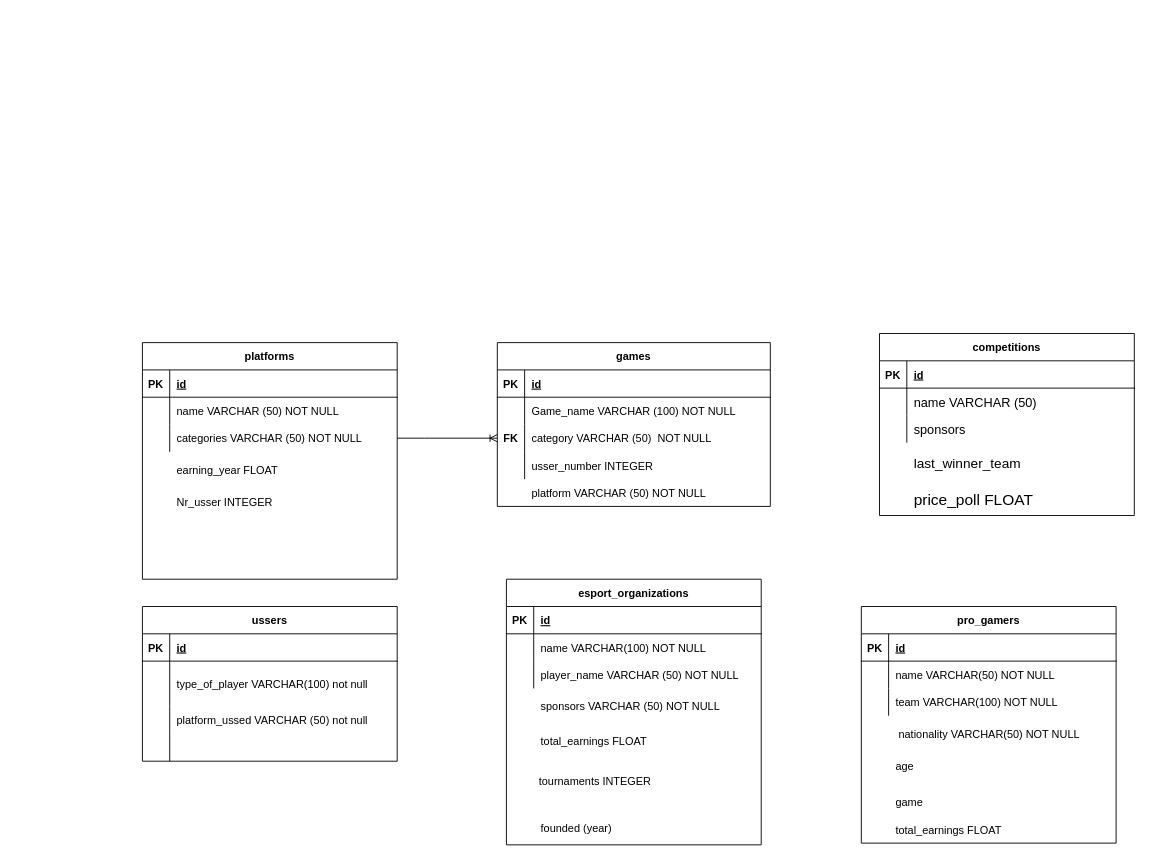
Before: Diagramă fără titlu.drawio in MaticA26/amatica_db_project, a draw.io diagram. Source tidied: cells renumbered, new cells numbered last; positions are measured from the earlier drawing's top-left corner, leaving out a move shared by most shapes. Both pictures are drawn from the tidied source at 91%, with x=0, y=0 at pixel (142, 333).
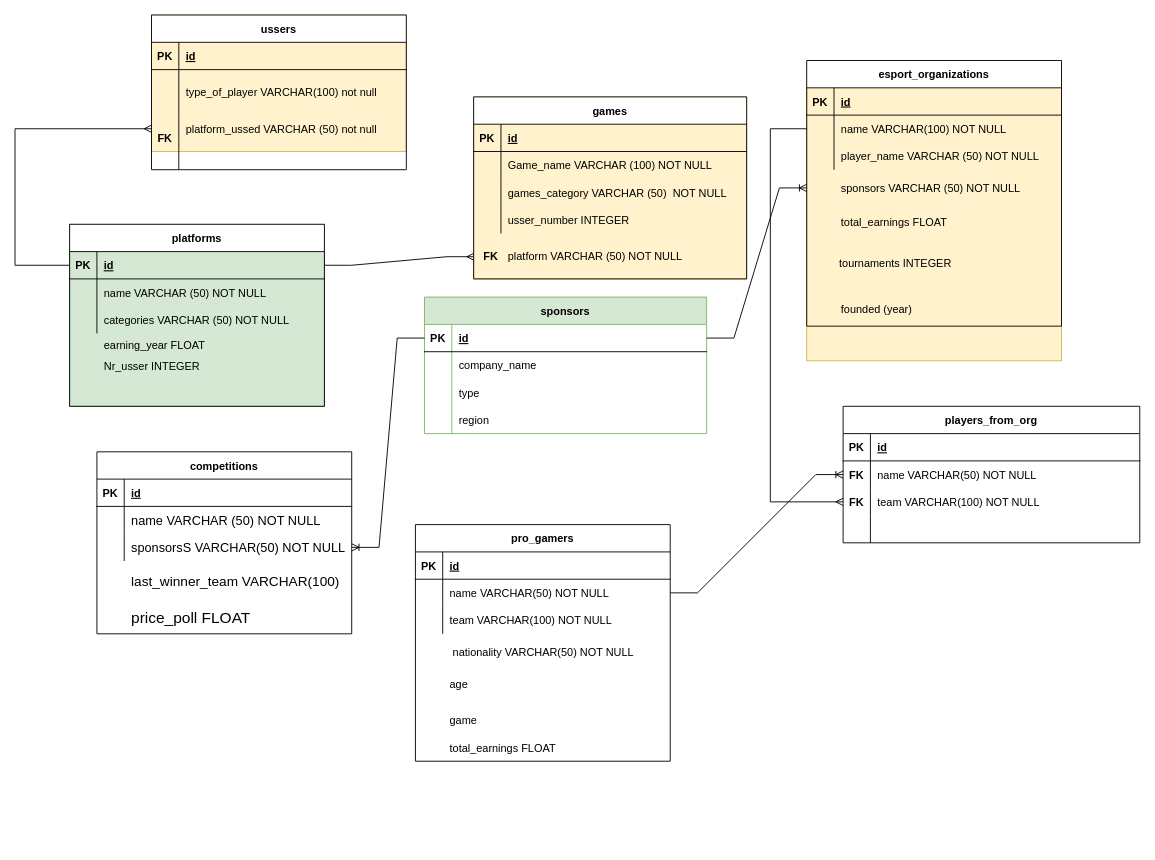
The same diagram, later.

Unchanged cells that the change refers to:
```xml
<mxCell id="6" style="shape=tableRow;horizontal=0;startSize=0;swimlaneHead=0;swimlaneBody=0;fillColor=none;points=[[0,0.5],[1,0.5]];portConstraint=eastwest;top=0;left=0;right=0;bottom=1;" parent="5" vertex="1">
  <mxGeometry y="30" width="280" height="30" as="geometry" />
</mxCell>
<mxCell id="12" style="shape=tableRow;horizontal=0;startSize=0;swimlaneHead=0;swimlaneBody=0;fillColor=none;points=[[0,0.5],[1,0.5]];portConstraint=eastwest;top=0;left=0;right=0;bottom=0;" parent="5" vertex="1">
  <mxGeometry y="90" width="280" height="30" as="geometry" />
</mxCell>
<mxCell id="25" style="shape=tableRow;horizontal=0;startSize=0;swimlaneHead=0;swimlaneBody=0;fillColor=none;points=[[0,0.5],[1,0.5]];portConstraint=eastwest;top=0;left=0;right=0;bottom=0;" parent="18" vertex="1">
  <mxGeometry y="110" width="280" height="30" as="geometry" />
</mxCell>
<mxCell id="36" style="shape=tableRow;horizontal=0;startSize=0;swimlaneHead=0;swimlaneBody=0;fillColor=none;top=0;left=0;right=0;bottom=0;" parent="32" vertex="1">
  <mxGeometry y="60" width="280" height="30" as="geometry" />
</mxCell>
<mxCell id="39" style="shape=tableRow;horizontal=0;startSize=0;swimlaneHead=0;swimlaneBody=0;fillColor=none;points=[[0,0.5],[1,0.5]];portConstraint=eastwest;top=0;left=0;right=0;bottom=0;" parent="32" vertex="1">
  <mxGeometry y="90" width="280" height="30" as="geometry" />
</mxCell>
<mxCell id="49" style="shape=tableRow;horizontal=0;startSize=0;swimlaneHead=0;swimlaneBody=0;fillColor=none;points=[[0,0.5],[1,0.5]];portConstraint=eastwest;top=0;left=0;right=0;bottom=0;" parent="45" vertex="1">
  <mxGeometry y="60" width="280" height="30" as="geometry" />
</mxCell>
<mxCell id="64" style="shape=tableRow;horizontal=0;startSize=0;swimlaneHead=0;swimlaneBody=0;fillColor=none;points=[[0,0.5],[1,0.5]];portConstraint=eastwest;top=0;left=0;right=0;bottom=0;" parent="60" vertex="1">
  <mxGeometry y="60" width="280" height="30" as="geometry" />
</mxCell>
<mxCell id="81" style="shape=tableRow;horizontal=0;startSize=0;swimlaneHead=0;swimlaneBody=0;fillColor=none;points=[[0,0.5],[1,0.5]];portConstraint=eastwest;top=0;left=0;right=0;bottom=0;" parent="74" vertex="1">
  <mxGeometry y="90" width="300" height="30" as="geometry" />
</mxCell>
```

The edit, as a diff of the source:
```diff
@@
-    <mxCell id="4" style="group;" parent="1" vertex="1">
-      <mxGeometry y="10" width="280" height="260" as="geometry" />
+    <mxCell id="4" style="group;fillColor=#d5e8d4;strokeColor=#82b366;" parent="1" vertex="1">
+      <mxGeometry x="-80" y="-120" width="280" height="200" as="geometry" />
     </mxCell>
     <mxCell id="5" value="platforms" style="shape=table;startSize=30;childLayout=tableLayout;rowLines=0;fontStyle=1;align=center;" parent="4" vertex="1">
-      <mxGeometry width="280" height="260" as="geometry" />
+      <mxGeometry width="280" height="200" as="geometry" />
     </mxCell>
@@
     <mxCell id="15" value="earning_year FLOAT " style="shape=partialRectangle;fillColor=none;top=0;left=0;bottom=0;right=0;align=left;spacingLeft=6;overflow=hidden;" parent="4" vertex="1">
-      <mxGeometry x="30" y="125" width="250" height="30" as="geometry" />
+      <mxGeometry x="30" y="120.9" width="250" height="23.1" as="geometry" />
     </mxCell>
     <mxCell id="16" value="Nr_usser INTEGER" style="shape=partialRectangle;fillColor=none;top=0;left=0;bottom=0;right=0;align=left;spacingLeft=6;overflow=hidden;" parent="4" vertex="1">
-      <mxGeometry x="30" y="160" width="250" height="30" as="geometry" />
+      <mxGeometry x="30" y="144" width="250" height="23.1" as="geometry" />
     </mxCell>
-    <mxCell id="17" style="group;" parent="1" vertex="1">
-      <mxGeometry y="300" width="280" height="150" as="geometry" />
+    <mxCell id="17" style="group;fillColor=#fff2cc;strokeColor=#d6b656;" parent="1" vertex="1">
+      <mxGeometry x="10" y="-350" width="280" height="150" as="geometry" />
     </mxCell>
@@
+    <mxCell id="90" value="FK" style="shape=partialRectangle;fillColor=none;top=0;left=0;bottom=0;right=0;fontStyle=1;overflow=hidden;" parent="17" vertex="1">
+      <mxGeometry y="120" width="30" height="30" as="geometry" />
+    </mxCell>
     <mxCell id="31" value="&#10;&#10;" style="group;" parent="1" vertex="1">
-      <mxGeometry x="810" width="280" height="200" as="geometry" />
+      <mxGeometry x="-50" y="130" width="280" height="200" as="geometry" />
     </mxCell>
@@
-    <mxCell id="38" value="name VARCHAR (50)" style="shape=partialRectangle;fillColor=none;top=0;left=0;bottom=0;right=0;align=left;spacingLeft=6;overflow=hidden;fontSize=14;" parent="36" vertex="1">
+    <mxCell id="38" value="name VARCHAR (50) NOT NULL" style="shape=partialRectangle;fillColor=none;top=0;left=0;bottom=0;right=0;align=left;spacingLeft=6;overflow=hidden;fontSize=14;" parent="36" vertex="1">
       <mxGeometry x="30" width="250" height="30" as="geometry" />
     </mxCell>
@@
-    <mxCell id="41" value="sponsors " style="shape=partialRectangle;fillColor=none;top=0;left=0;bottom=0;right=0;align=left;spacingLeft=6;overflow=hidden;fontSize=14;" parent="39" vertex="1">
+    <mxCell id="41" value="sponsorsS VARCHAR(50) NOT NULL" style="shape=partialRectangle;fillColor=none;top=0;left=0;bottom=0;right=0;align=left;spacingLeft=6;overflow=hidden;fontSize=14;" parent="39" vertex="1">
       <mxGeometry x="30" width="250" height="30" as="geometry" />
     </mxCell>
-    <mxCell id="42" value="last_winner_team" style="shape=partialRectangle;fillColor=none;top=0;left=0;bottom=0;right=0;align=left;spacingLeft=6;overflow=hidden;fontSize=15;" parent="31" vertex="1">
+    <mxCell id="42" value="last_winner_team VARCHAR(100)" style="shape=partialRectangle;fillColor=none;top=0;left=0;bottom=0;right=0;align=left;spacingLeft=6;overflow=hidden;fontSize=15;" parent="31" vertex="1">
       <mxGeometry x="30" y="130" width="250" height="23.1" as="geometry" />
     </mxCell>
@@
-    <mxCell id="44" style="group;" parent="1" vertex="1">
-      <mxGeometry x="400" y="270" width="280" height="330" as="geometry" />
+    <mxCell id="44" style="group;fillColor=#fff2cc;strokeColor=#d6b656;" parent="1" vertex="1">
+      <mxGeometry x="730" y="-300" width="280" height="330" as="geometry" />
     </mxCell>
@@
     <mxCell id="59" style="group;" parent="1" vertex="1">
-      <mxGeometry x="790" y="300" width="280" height="260" as="geometry" />
+      <mxGeometry x="300" y="210" width="280" height="260" as="geometry" />
     </mxCell>
@@
+    <mxCell id="91" style="edgeStyle=entityRelationEdgeStyle;fontSize=12;html=1;endArrow=ERmany;rounded=0;entryX=0.002;entryY=0.878;entryDx=0;entryDy=0;entryPerimeter=0;" parent="1" edge="1" source="6" target="92">
+      <mxGeometry relative="1" as="geometry" />
+    </mxCell>
+    <mxCell id="92" style="group;fillColor=#fff2cc;strokeColor=#d6b656;" parent="1" vertex="1">
+      <mxGeometry x="364" y="-260" width="300" height="200" as="geometry" />
+    </mxCell>
-    <mxCell id="74" value="games" style="shape=table;startSize=30;childLayout=tableLayout;rowLines=0;fontStyle=1;align=center;" parent="1" vertex="1">
-      <mxGeometry x="390" y="10" width="300" height="180" as="geometry" />
+    <mxCell id="74" value="games" style="shape=table;startSize=30;childLayout=tableLayout;rowLines=0;fontStyle=1;align=center;" parent="92" vertex="1">
+      <mxGeometry width="300" height="200" as="geometry" />
     </mxCell>
@@
-    <mxCell id="83" value="category VARCHAR (50)  NOT NULL" style="shape=partialRectangle;fillColor=none;top=0;left=0;bottom=0;right=0;align=left;spacingLeft=6;overflow=hidden;" parent="81" vertex="1">
+    <mxCell id="83" value="games_category VARCHAR (50)  NOT NULL" style="shape=partialRectangle;fillColor=none;top=0;left=0;bottom=0;right=0;align=left;spacingLeft=6;overflow=hidden;" parent="81" vertex="1">
       <mxGeometry x="30" width="270" height="30" as="geometry" />
     </mxCell>
@@
+    <mxCell id="89" value="platform VARCHAR (50) NOT NULL" style="shape=partialRectangle;fillColor=none;top=0;left=0;bottom=0;right=0;align=left;spacingLeft=6;overflow=hidden;" parent="92" vertex="1">
+      <mxGeometry x="30" y="160" width="270" height="30" as="geometry" />
+    </mxCell>
+    <mxCell id="93" style="shape=partialRectangle;fillColor=none;top=0;left=0;bottom=0;right=0;overflow=hidden;" parent="92" vertex="1">
+      <mxGeometry x="4" y="160" width="30" height="30" as="geometry" />
+    </mxCell>
-    <mxCell id="87" value="FK" style="shape=partialRectangle;fillColor=none;top=0;left=0;bottom=0;right=0;fontStyle=1;overflow=hidden;" parent="1" vertex="1">
-      <mxGeometry x="390" y="100" width="30" height="30" as="geometry" />
+    <mxCell id="87" value="FK" style="shape=partialRectangle;fillColor=none;top=0;left=0;bottom=0;right=0;fontStyle=1;overflow=hidden;" parent="92" vertex="1">
+      <mxGeometry x="4" y="160" width="30" height="30" as="geometry" />
     </mxCell>
-    <mxCell id="88" style="edgeStyle=entityRelationEdgeStyle;fontSize=12;html=1;endArrow=ERoneToMany;rounded=0;exitX=1;exitY=0.5;exitDx=0;exitDy=0;" parent="1" edge="1" source="12" target="81">
-      <mxGeometry relative="1" as="geometry" />
-    </mxCell>
-    <mxCell id="89" value="platform VARCHAR (50) NOT NULL" style="shape=partialRectangle;fillColor=none;top=0;left=0;bottom=0;right=0;align=left;spacingLeft=6;overflow=hidden;" parent="1" vertex="1">
-      <mxGeometry x="420" y="160" width="270" height="30" as="geometry" />
-    </mxCell>
+    <mxCell id="94" style="edgeStyle=elbowEdgeStyle;fontSize=12;html=1;endArrow=ERmany;rounded=0;exitX=0;exitY=0.5;exitDx=0;exitDy=0;entryX=0;entryY=0.5;entryDx=0;entryDy=0;" parent="1" edge="1" source="6" target="25">
+      <mxGeometry relative="1" as="geometry">
+        <Array as="points">
+          <mxPoint x="-140" y="-190" />
+        </Array>
+      </mxGeometry>
+    </mxCell>
+    <mxCell id="95" value="players_from_org" style="shape=table;startSize=30;childLayout=tableLayout;rowLines=0;fontStyle=1;align=center;" parent="1" vertex="1">
+      <mxGeometry x="770" y="80" width="326" height="150" as="geometry" />
+    </mxCell>
+    <mxCell id="96" style="shape=tableRow;horizontal=0;startSize=0;swimlaneHead=0;swimlaneBody=0;fillColor=none;top=0;left=0;right=0;bottom=1;" parent="95" vertex="1">
+      <mxGeometry y="30" width="326" height="30" as="geometry" />
+    </mxCell>
+    <mxCell id="97" value="PK" style="shape=partialRectangle;fillColor=none;top=0;left=0;bottom=0;right=0;fontStyle=1;overflow=hidden;" parent="96" vertex="1">
+      <mxGeometry width="30" height="30" as="geometry" />
+    </mxCell>
+    <mxCell id="98" value="id" style="shape=partialRectangle;fillColor=none;top=0;left=0;bottom=0;right=0;align=left;spacingLeft=6;fontStyle=5;overflow=hidden;" parent="96" vertex="1">
+      <mxGeometry x="30" width="296" height="30" as="geometry" />
+    </mxCell>
+    <mxCell id="99" style="shape=tableRow;horizontal=0;startSize=0;swimlaneHead=0;swimlaneBody=0;fillColor=none;points=[[0,0.5],[1,0.5]];portConstraint=eastwest;top=0;left=0;right=0;bottom=0;" parent="95" vertex="1">
+      <mxGeometry y="60" width="326" height="30" as="geometry" />
+    </mxCell>
+    <mxCell id="100" style="shape=partialRectangle;fillColor=none;top=0;left=0;bottom=0;right=0;overflow=hidden;" parent="99" vertex="1">
+      <mxGeometry width="30" height="30" as="geometry" />
+    </mxCell>
+    <mxCell id="101" value="name VARCHAR(50) NOT NULL" style="shape=partialRectangle;fillColor=none;top=0;left=0;bottom=0;right=0;align=left;spacingLeft=6;overflow=hidden;" parent="99" vertex="1">
+      <mxGeometry x="30" width="296" height="30" as="geometry" />
+    </mxCell>
+    <mxCell id="102" style="shape=tableRow;horizontal=0;startSize=0;swimlaneHead=0;swimlaneBody=0;fillColor=none;points=[[0,0.5],[1,0.5]];portConstraint=eastwest;top=0;left=0;right=0;bottom=0;" parent="95" vertex="1">
+      <mxGeometry y="90" width="326" height="30" as="geometry" />
+    </mxCell>
+    <mxCell id="103" style="shape=partialRectangle;fillColor=none;top=0;left=0;bottom=0;right=0;overflow=hidden;" parent="102" vertex="1">
+      <mxGeometry width="30" height="30" as="geometry" />
+    </mxCell>
+    <mxCell id="104" value="team VARCHAR(100) NOT NULL" style="shape=partialRectangle;fillColor=none;top=0;left=0;bottom=0;right=0;align=left;spacingLeft=6;overflow=hidden;" parent="102" vertex="1">
+      <mxGeometry x="30" width="296" height="30" as="geometry" />
+    </mxCell>
+    <mxCell id="105" style="shape=tableRow;horizontal=0;startSize=0;swimlaneHead=0;swimlaneBody=0;fillColor=none;top=0;left=0;right=0;bottom=0;" parent="95" vertex="1">
+      <mxGeometry y="120" width="326" height="30" as="geometry" />
+    </mxCell>
+    <mxCell id="106" style="shape=partialRectangle;fillColor=none;top=0;left=0;bottom=0;right=0;overflow=hidden;" parent="105" vertex="1">
+      <mxGeometry width="30" height="30" as="geometry" />
+    </mxCell>
+    <mxCell id="107" style="shape=partialRectangle;fillColor=none;top=0;left=0;bottom=0;right=0;align=left;spacingLeft=6;overflow=hidden;" parent="105" vertex="1">
+      <mxGeometry x="30" width="296" height="30" as="geometry" />
+    </mxCell>
+    <mxCell id="108" style="edgeStyle=elbowEdgeStyle;fontSize=12;html=1;endArrow=ERmany;rounded=0;entryX=0;entryY=0.5;entryDx=0;entryDy=0;" parent="1" edge="1" source="49" target="102">
+      <mxGeometry relative="1" as="geometry">
+        <Array as="points">
+          <mxPoint x="690" y="-50" />
+        </Array>
+      </mxGeometry>
+    </mxCell>
+    <mxCell id="109" style="edgeStyle=entityRelationEdgeStyle;fontSize=12;html=1;endArrow=ERoneToMany;rounded=0;entryX=0;entryY=0.5;entryDx=0;entryDy=0;exitX=1;exitY=0.5;exitDx=0;exitDy=0;" parent="1" edge="1" source="64" target="99">
+      <mxGeometry relative="1" as="geometry" />
+    </mxCell>
+    <mxCell id="110" value="FK" style="shape=partialRectangle;fillColor=none;top=0;left=0;bottom=0;right=0;fontStyle=1;overflow=hidden;" parent="1" vertex="1">
+      <mxGeometry x="770" y="170" width="30" height="30" as="geometry" />
+    </mxCell>
+    <mxCell id="111" value="FK" style="shape=partialRectangle;fillColor=none;top=0;left=0;bottom=0;right=0;fontStyle=1;overflow=hidden;" parent="1" vertex="1">
+      <mxGeometry x="770" y="140" width="30" height="30" as="geometry" />
+    </mxCell>
+    <mxCell id="112" value="sponsors" style="shape=table;startSize=30;childLayout=tableLayout;rowLines=0;fontStyle=1;align=center;fillColor=#d5e8d4;strokeColor=#82b366;" parent="1" vertex="1">
+      <mxGeometry x="310" y="-40" width="310" height="150" as="geometry" />
+    </mxCell>
+    <mxCell id="113" style="shape=tableRow;horizontal=0;startSize=0;swimlaneHead=0;swimlaneBody=0;fillColor=none;points=[[0,0.5],[1,0.5]];portConstraint=eastwest;top=0;left=0;right=0;bottom=1;" parent="112" vertex="1">
+      <mxGeometry y="30" width="310" height="30" as="geometry" />
+    </mxCell>
+    <mxCell id="114" value="PK" style="shape=partialRectangle;fillColor=none;top=0;left=0;bottom=0;right=0;fontStyle=1;overflow=hidden;" parent="113" vertex="1">
+      <mxGeometry width="30" height="30" as="geometry" />
+    </mxCell>
+    <mxCell id="115" value="id" style="shape=partialRectangle;fillColor=none;top=0;left=0;bottom=0;right=0;align=left;spacingLeft=6;fontStyle=5;overflow=hidden;" parent="113" vertex="1">
+      <mxGeometry x="30" width="280" height="30" as="geometry" />
+    </mxCell>
+    <mxCell id="116" style="shape=tableRow;horizontal=0;startSize=0;swimlaneHead=0;swimlaneBody=0;fillColor=none;top=0;left=0;right=0;bottom=0;" parent="112" vertex="1">
+      <mxGeometry y="60" width="310" height="30" as="geometry" />
+    </mxCell>
+    <mxCell id="117" style="shape=partialRectangle;fillColor=none;top=0;left=0;bottom=0;right=0;overflow=hidden;" parent="116" vertex="1">
+      <mxGeometry width="30" height="30" as="geometry" />
+    </mxCell>
+    <mxCell id="118" value="company_name" style="shape=partialRectangle;fillColor=none;top=0;left=0;bottom=0;right=0;align=left;spacingLeft=6;overflow=hidden;" parent="116" vertex="1">
+      <mxGeometry x="30" width="280" height="30" as="geometry" />
+    </mxCell>
+    <mxCell id="119" style="shape=tableRow;horizontal=0;startSize=0;swimlaneHead=0;swimlaneBody=0;fillColor=none;top=0;left=0;right=0;bottom=0;" parent="112" vertex="1">
+      <mxGeometry y="90" width="310" height="30" as="geometry" />
+    </mxCell>
+    <mxCell id="120" style="shape=partialRectangle;fillColor=none;top=0;left=0;bottom=0;right=0;overflow=hidden;" parent="119" vertex="1">
+      <mxGeometry width="30" height="30" as="geometry" />
+    </mxCell>
+    <mxCell id="121" value="type" style="shape=partialRectangle;fillColor=none;top=0;left=0;bottom=0;right=0;align=left;spacingLeft=6;overflow=hidden;" parent="119" vertex="1">
+      <mxGeometry x="30" width="280" height="30" as="geometry" />
+    </mxCell>
+    <mxCell id="122" style="shape=tableRow;horizontal=0;startSize=0;swimlaneHead=0;swimlaneBody=0;fillColor=none;top=0;left=0;right=0;bottom=0;" parent="112" vertex="1">
+      <mxGeometry y="120" width="310" height="30" as="geometry" />
+    </mxCell>
+    <mxCell id="123" style="shape=partialRectangle;fillColor=none;top=0;left=0;bottom=0;right=0;overflow=hidden;" parent="122" vertex="1">
+      <mxGeometry width="30" height="30" as="geometry" />
+    </mxCell>
+    <mxCell id="124" value="region" style="shape=partialRectangle;fillColor=none;top=0;left=0;bottom=0;right=0;align=left;spacingLeft=6;overflow=hidden;" parent="122" vertex="1">
+      <mxGeometry x="30" width="280" height="30" as="geometry" />
+    </mxCell>
+    <mxCell id="125" style="edgeStyle=entityRelationEdgeStyle;fontSize=12;html=1;endArrow=ERoneToMany;rounded=0;exitX=0;exitY=0.5;exitDx=0;exitDy=0;entryX=1;entryY=0.5;entryDx=0;entryDy=0;" parent="1" edge="1" source="113" target="39">
+      <mxGeometry relative="1" as="geometry" />
+    </mxCell>
+    <mxCell id="126" style="edgeStyle=entityRelationEdgeStyle;fontSize=12;html=1;endArrow=ERoneToMany;rounded=0;exitX=1;exitY=0.5;exitDx=0;exitDy=0;" parent="1" edge="1" source="113">
+      <mxGeometry relative="1" as="geometry">
+        <mxPoint x="730" y="-160" as="targetPoint" />
+      </mxGeometry>
+    </mxCell>
```
